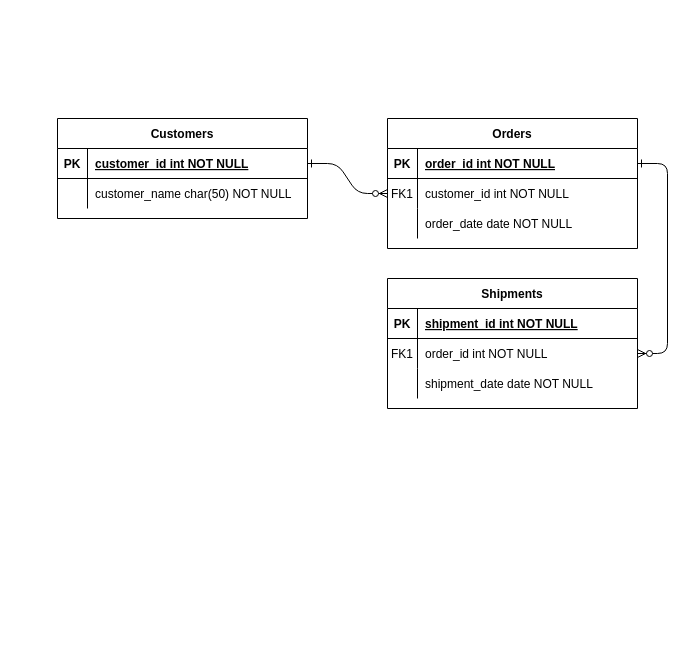
The draw.io diagram db/ER/Untitled Diagram.drawio in takahito-0398/webapp01, before the edit. Source tidied: cells renumbered, new cells numbered last; positions are measured from the earlier drawing's top-left corner, leaving out a move shared by most shapes. Both pictures are drawn from the tidied source at 100%, with x=0, y=0 at pixel (57, 118).
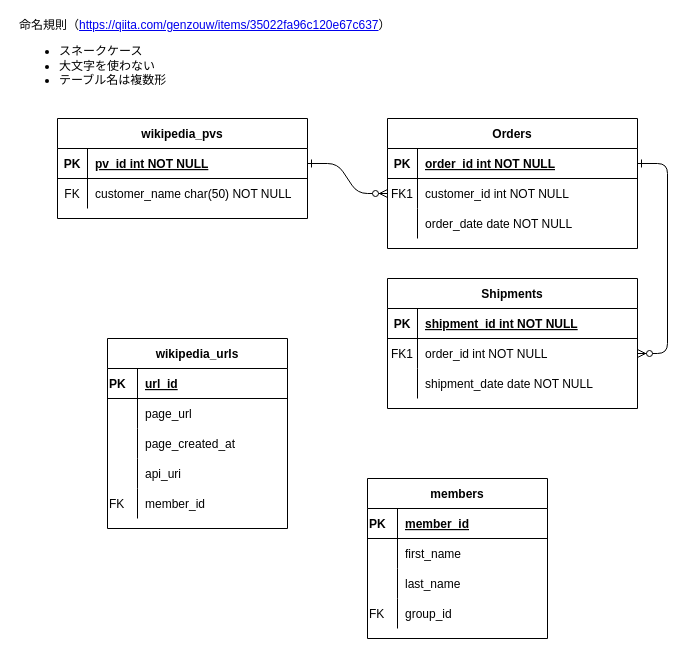
The same page after the edit.

The change refers to these unchanged cells:
```xml
<mxCell id="25" style="shape=partialRectangle;fillColor=none;points=[[0,0.5],[1,0.5]];portConstraint=eastwest;top=0;left=0;right=0;bottom=1;" parent="24" vertex="1">
  <mxGeometry y="30" width="250" height="30" as="geometry" />
</mxCell>
<mxCell id="28" style="shape=partialRectangle;fillColor=none;top=0;left=0;right=0;bottom=0;" parent="24" vertex="1">
  <mxGeometry y="60" width="250" height="30" as="geometry" />
</mxCell>
```

What changed in the source:
```diff
@@
-    <mxCell id="24" value="Customers" style="shape=table;startSize=30;childLayout=tableLayout;rowLines=0;fontStyle=1;align=center;" parent="1" vertex="1">
+    <mxCell id="24" value="wikipedia_pvs" style="shape=table;startSize=30;childLayout=tableLayout;rowLines=0;fontStyle=1;align=center;" parent="1" vertex="1">
       <mxGeometry width="250" height="100" as="geometry" />
     </mxCell>
@@
-    <mxCell id="27" value="customer_id int NOT NULL " style="shape=partialRectangle;overflow=hidden;fillColor=none;top=0;left=0;bottom=0;right=0;align=left;spacingLeft=6;fontStyle=5;" parent="25" vertex="1">
+    <mxCell id="27" value="pv_id int NOT NULL " style="shape=partialRectangle;overflow=hidden;fillColor=none;top=0;left=0;bottom=0;right=0;align=left;spacingLeft=6;fontStyle=5;" parent="25" vertex="1">
       <mxGeometry x="30" width="220" height="30" as="geometry" />
     </mxCell>
@@
-    <mxCell id="29" style="shape=partialRectangle;overflow=hidden;fillColor=none;top=0;left=0;bottom=0;right=0;" parent="28" vertex="1">
+    <mxCell id="29" value="FK" style="shape=partialRectangle;overflow=hidden;fillColor=none;top=0;left=0;bottom=0;right=0;fontStyle=0;" parent="28" vertex="1">
       <mxGeometry width="30" height="30" as="geometry" />
     </mxCell>
@@
+    <mxCell id="31" value="命名規則（&lt;a href=&quot;https://qiita.com/genzouw/items/35022fa96c120e67c637&quot;&gt;https://qiita.com/genzouw/items/35022fa96c120e67c637&lt;/a&gt;）&lt;br&gt;&lt;ul&gt;&lt;li&gt;スネークケース&lt;/li&gt;&lt;li&gt;大文字を使わない&lt;/li&gt;&lt;li&gt;テーブル名は複数形&lt;/li&gt;&lt;/ul&gt;" style="text;html=1;strokeColor=none;fillColor=none;align=left;verticalAlign=middle;whiteSpace=wrap;rounded=0;" parent="1" vertex="1">
+      <mxGeometry x="-40" y="-90" width="630" height="60" as="geometry" />
+    </mxCell>
+    <mxCell id="32" value="wikipedia_urls" style="shape=table;startSize=30;childLayout=tableLayout;rowLines=0;fontStyle=1;align=center;" parent="1" vertex="1">
+      <mxGeometry x="50" y="220" width="180" height="190" as="geometry" />
+    </mxCell>
+    <mxCell id="33" style="shape=partialRectangle;fillColor=none;top=0;left=0;bottom=1;right=0;align=left;" parent="32" vertex="1">
+      <mxGeometry y="30" width="180" height="30" as="geometry" />
+    </mxCell>
+    <mxCell id="34" value="PK" style="shape=partialRectangle;fillColor=none;top=0;left=0;bottom=0;right=0;fontStyle=1;overflow=hidden;align=left;" parent="33" vertex="1">
+      <mxGeometry width="30" height="30" as="geometry" />
+    </mxCell>
+    <mxCell id="35" value="url_id" style="shape=partialRectangle;fillColor=none;top=0;left=0;bottom=0;right=0;align=left;spacingLeft=6;fontStyle=5;overflow=hidden;" parent="33" vertex="1">
+      <mxGeometry x="30" width="150" height="30" as="geometry" />
+    </mxCell>
+    <mxCell id="36" style="shape=partialRectangle;fillColor=none;top=0;left=0;bottom=0;right=0;align=left;" parent="32" vertex="1">
+      <mxGeometry y="60" width="180" height="30" as="geometry" />
+    </mxCell>
+    <mxCell id="37" style="shape=partialRectangle;fillColor=none;top=0;left=0;bottom=0;right=0;overflow=hidden;align=left;" parent="36" vertex="1">
+      <mxGeometry width="30" height="30" as="geometry" />
+    </mxCell>
+    <mxCell id="38" value="page_url" style="shape=partialRectangle;fillColor=none;top=0;left=0;bottom=0;right=0;align=left;spacingLeft=6;overflow=hidden;" parent="36" vertex="1">
+      <mxGeometry x="30" width="150" height="30" as="geometry" />
+    </mxCell>
+    <mxCell id="39" style="shape=partialRectangle;fillColor=none;top=0;left=0;bottom=0;right=0;align=left;" parent="32" vertex="1">
+      <mxGeometry y="90" width="180" height="30" as="geometry" />
+    </mxCell>
+    <mxCell id="40" style="shape=partialRectangle;fillColor=none;top=0;left=0;bottom=0;right=0;overflow=hidden;align=left;" parent="39" vertex="1">
+      <mxGeometry width="30" height="30" as="geometry" />
+    </mxCell>
+    <mxCell id="41" value="page_created_at" style="shape=partialRectangle;fillColor=none;top=0;left=0;bottom=0;right=0;align=left;spacingLeft=6;overflow=hidden;" parent="39" vertex="1">
+      <mxGeometry x="30" width="150" height="30" as="geometry" />
+    </mxCell>
+    <mxCell id="42" style="shape=partialRectangle;fillColor=none;top=0;left=0;bottom=0;right=0;align=left;" parent="32" vertex="1">
+      <mxGeometry y="120" width="180" height="30" as="geometry" />
+    </mxCell>
+    <mxCell id="43" style="shape=partialRectangle;fillColor=none;top=0;left=0;bottom=0;right=0;overflow=hidden;align=left;" parent="42" vertex="1">
+      <mxGeometry width="30" height="30" as="geometry" />
+    </mxCell>
+    <mxCell id="44" value="api_uri" style="shape=partialRectangle;fillColor=none;top=0;left=0;bottom=0;right=0;align=left;spacingLeft=6;overflow=hidden;" parent="42" vertex="1">
+      <mxGeometry x="30" width="150" height="30" as="geometry" />
+    </mxCell>
+    <mxCell id="45" style="shape=partialRectangle;fillColor=none;top=0;left=0;bottom=0;right=0;align=left;" parent="32" vertex="1">
+      <mxGeometry y="150" width="180" height="30" as="geometry" />
+    </mxCell>
+    <mxCell id="46" value="FK" style="shape=partialRectangle;fillColor=none;top=0;left=0;bottom=0;right=0;overflow=hidden;align=left;" parent="45" vertex="1">
+      <mxGeometry width="30" height="30" as="geometry" />
+    </mxCell>
+    <mxCell id="47" value="member_id" style="shape=partialRectangle;fillColor=none;top=0;left=0;bottom=0;right=0;align=left;spacingLeft=6;overflow=hidden;" parent="45" vertex="1">
+      <mxGeometry x="30" width="150" height="30" as="geometry" />
+    </mxCell>
+    <mxCell id="48" value="members" style="shape=table;startSize=30;childLayout=tableLayout;rowLines=0;fontStyle=1;align=center;" parent="1" vertex="1">
+      <mxGeometry x="310" y="360" width="180" height="160" as="geometry" />
+    </mxCell>
+    <mxCell id="49" style="shape=partialRectangle;fillColor=none;top=0;left=0;bottom=1;right=0;align=left;" parent="48" vertex="1">
+      <mxGeometry y="30" width="180" height="30" as="geometry" />
+    </mxCell>
+    <mxCell id="50" value="PK" style="shape=partialRectangle;fillColor=none;top=0;left=0;bottom=0;right=0;fontStyle=1;overflow=hidden;align=left;" parent="49" vertex="1">
+      <mxGeometry width="30" height="30" as="geometry" />
+    </mxCell>
+    <mxCell id="51" value="member_id" style="shape=partialRectangle;fillColor=none;top=0;left=0;bottom=0;right=0;align=left;spacingLeft=6;fontStyle=5;overflow=hidden;" parent="49" vertex="1">
+      <mxGeometry x="30" width="150" height="30" as="geometry" />
+    </mxCell>
+    <mxCell id="52" style="shape=partialRectangle;fillColor=none;top=0;left=0;bottom=0;right=0;align=left;" parent="48" vertex="1">
+      <mxGeometry y="60" width="180" height="30" as="geometry" />
+    </mxCell>
+    <mxCell id="53" style="shape=partialRectangle;fillColor=none;top=0;left=0;bottom=0;right=0;overflow=hidden;align=left;" parent="52" vertex="1">
+      <mxGeometry width="30" height="30" as="geometry" />
+    </mxCell>
+    <mxCell id="54" value="first_name" style="shape=partialRectangle;fillColor=none;top=0;left=0;bottom=0;right=0;align=left;spacingLeft=6;overflow=hidden;" parent="52" vertex="1">
+      <mxGeometry x="30" width="150" height="30" as="geometry" />
+    </mxCell>
+    <mxCell id="55" style="shape=partialRectangle;fillColor=none;top=0;left=0;bottom=0;right=0;align=left;" parent="48" vertex="1">
+      <mxGeometry y="90" width="180" height="30" as="geometry" />
+    </mxCell>
+    <mxCell id="56" style="shape=partialRectangle;fillColor=none;top=0;left=0;bottom=0;right=0;overflow=hidden;align=left;" parent="55" vertex="1">
+      <mxGeometry width="30" height="30" as="geometry" />
+    </mxCell>
+    <mxCell id="57" value="last_name" style="shape=partialRectangle;fillColor=none;top=0;left=0;bottom=0;right=0;align=left;spacingLeft=6;overflow=hidden;" parent="55" vertex="1">
+      <mxGeometry x="30" width="150" height="30" as="geometry" />
+    </mxCell>
+    <mxCell id="58" style="shape=partialRectangle;fillColor=none;top=0;left=0;bottom=0;right=0;align=left;" parent="48" vertex="1">
+      <mxGeometry y="120" width="180" height="30" as="geometry" />
+    </mxCell>
+    <mxCell id="59" value="FK" style="shape=partialRectangle;fillColor=none;top=0;left=0;bottom=0;right=0;overflow=hidden;align=left;" parent="58" vertex="1">
+      <mxGeometry width="30" height="30" as="geometry" />
+    </mxCell>
+    <mxCell id="60" value="group_id" style="shape=partialRectangle;fillColor=none;top=0;left=0;bottom=0;right=0;align=left;spacingLeft=6;overflow=hidden;" parent="58" vertex="1">
+      <mxGeometry x="30" width="150" height="30" as="geometry" />
+    </mxCell>
```
